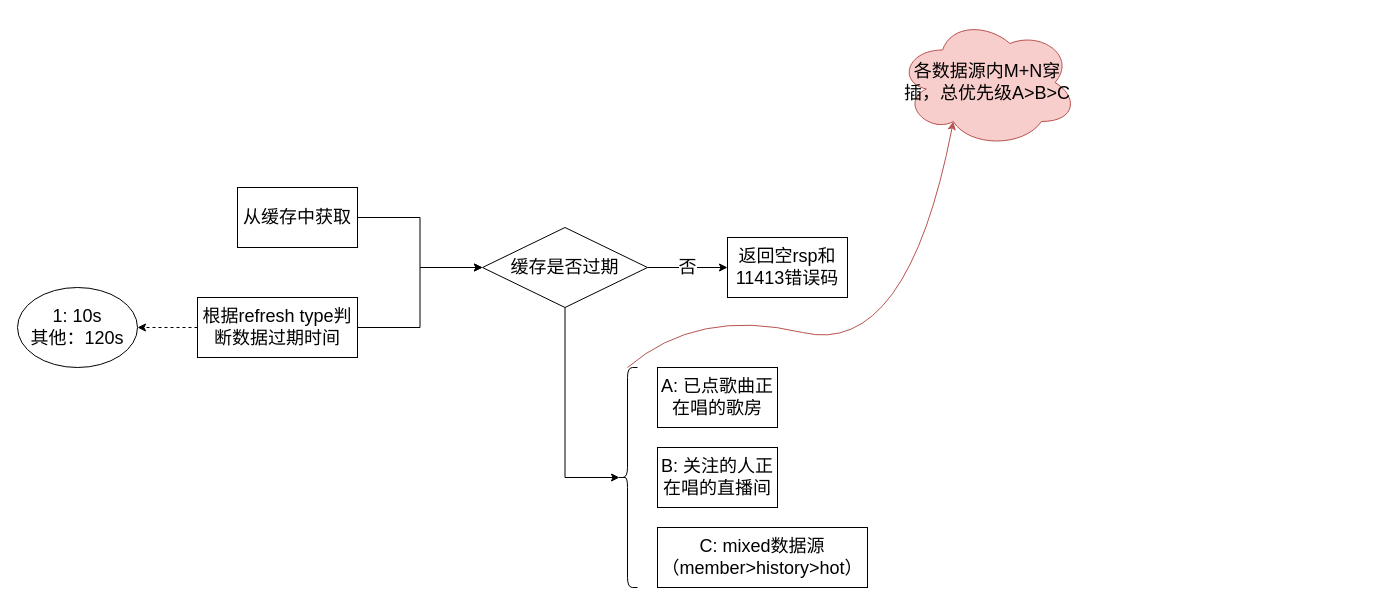
Earlier version of the draw.io diagram drawio/rec card.drawio (zora1997/zora). Source tidied: cells renumbered, new cells numbered last; positions are measured from the earlier drawing's top-left corner, leaving out a move shared by most shapes. Both pictures are drawn from the tidied source at 100%, with x=0, y=0 at pixel (17, 17).
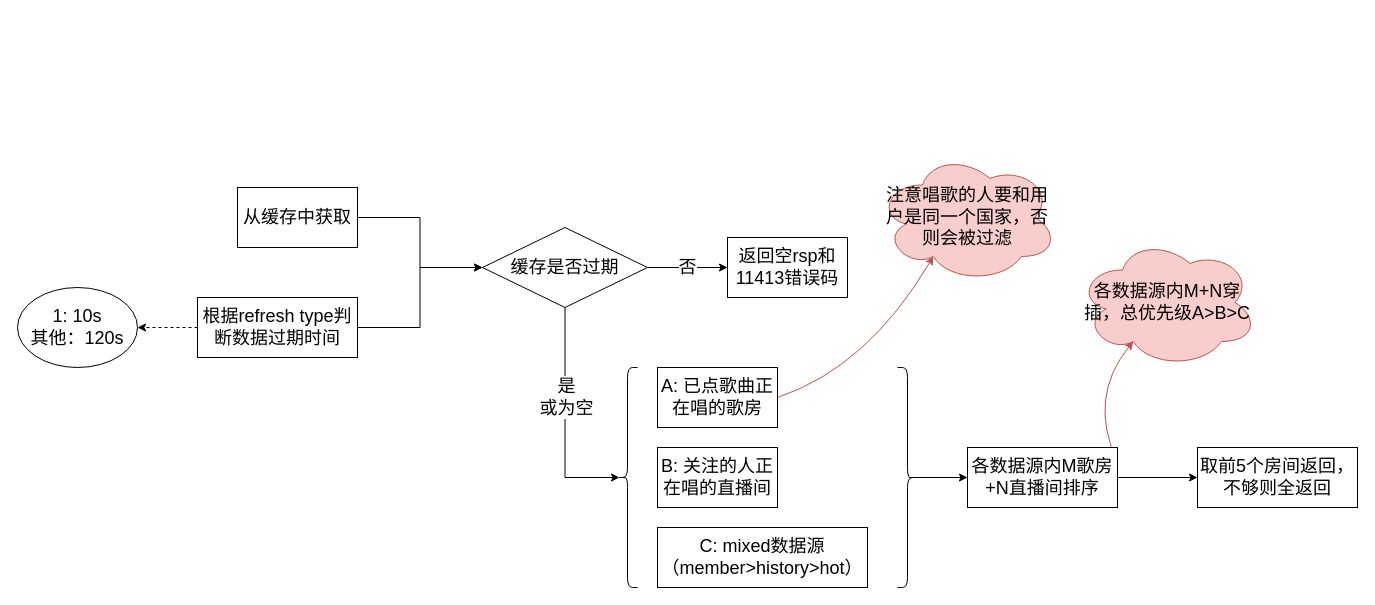
The same page after the edit.

The change refers to these unchanged cells:
```xml
<mxCell id="8" style="edgeStyle=orthogonalEdgeStyle;rounded=0;jettySize=auto;html=1;exitX=0.5;exitY=1;exitDx=0;exitDy=0;entryX=0.1;entryY=0.5;entryDx=0;entryDy=0;entryPerimeter=0;fontSize=18;" parent="1" edge="1" source="9" target="12">
  <mxGeometry relative="1" as="geometry">
    <Array as="points">
      <mxPoint x="548" y="460" />
    </Array>
  </mxGeometry>
</mxCell>
<mxCell id="12" style="shape=curlyBracket;whiteSpace=wrap;html=1;rounded=1;labelPosition=left;verticalLabelPosition=middle;align=right;verticalAlign=middle;fontSize=18;" parent="1" vertex="1">
  <mxGeometry x="600" y="350" width="20" height="220" as="geometry" />
</mxCell>
<mxCell id="13" value="&lt;span style=&quot;font-size: 18px;&quot;&gt;A: 已点歌曲正在唱的歌房&lt;/span&gt;" style="rounded=0;whiteSpace=wrap;html=1;" parent="1" vertex="1">
  <mxGeometry x="640" y="350" width="120" height="60" as="geometry" />
</mxCell>
```

Diff of the diagram source:
```diff
@@
+    <mxCell id="18" value="是&lt;br&gt;或为空" style="edgeLabel;html=1;align=center;verticalAlign=middle;fontSize=18;" parent="8" vertex="1">
+      <mxGeometry x="-0.21" y="1" relative="1" as="geometry" />
+    </mxCell>
@@
     <mxCell id="16" value="各数据源内M+N穿插，总优先级A&amp;gt;B&amp;gt;C" style="ellipse;shape=cloud;whiteSpace=wrap;html=1;fontSize=18;fillColor=#f8cecc;strokeColor=#b85450;" parent="1" vertex="1">
-      <mxGeometry x="880" width="180" height="130" as="geometry" />
+      <mxGeometry x="1060" y="220" width="180" height="130" as="geometry" />
     </mxCell>
-    <mxCell id="17" style="curved=1;endArrow=classic;html=1;rounded=0;fontSize=18;exitX=0.5;exitY=0;exitDx=0;exitDy=0;entryX=0.31;entryY=0.8;entryDx=0;entryDy=0;entryPerimeter=0;fillColor=#f8cecc;strokeColor=#b85450;" parent="1" edge="1" source="12" target="16">
+    <mxCell id="17" style="curved=1;endArrow=classic;html=1;rounded=0;fontSize=18;exitX=1;exitY=0.25;exitDx=0;exitDy=0;entryX=0.31;entryY=0.8;entryDx=0;entryDy=0;entryPerimeter=0;fillColor=#f8cecc;strokeColor=#b85450;" parent="1" edge="1" source="20" target="16">
       <mxGeometry relative="1" as="geometry">
         <Array as="points">
-          <mxPoint x="680" y="290" />
-          <mxPoint x="890" y="340" />
+          <mxPoint x="1070" y="380" />
         </Array>
       </mxGeometry>
     </mxCell>
+    <mxCell id="19" style="edgeStyle=orthogonalEdgeStyle;rounded=0;jettySize=auto;html=1;fontSize=18;" parent="1" edge="1" source="20" target="23">
+      <mxGeometry relative="1" as="geometry" />
+    </mxCell>
+    <mxCell id="20" value="&lt;span style=&quot;font-size: 18px;&quot;&gt;各数据源内M歌房+N直播间排序&lt;/span&gt;" style="rounded=0;whiteSpace=wrap;html=1;" parent="1" vertex="1">
+      <mxGeometry x="950" y="430" width="150" height="60" as="geometry" />
+    </mxCell>
+    <mxCell id="21" style="edgeStyle=orthogonalEdgeStyle;rounded=0;jettySize=auto;html=1;exitX=0.1;exitY=0.5;exitDx=0;exitDy=0;exitPerimeter=0;fontSize=18;" parent="1" edge="1" source="22" target="20">
+      <mxGeometry relative="1" as="geometry" />
+    </mxCell>
+    <mxCell id="22" style="shape=curlyBracket;whiteSpace=wrap;html=1;rounded=1;labelPosition=left;verticalLabelPosition=middle;align=right;verticalAlign=middle;fontSize=18;rotation=-180;" parent="1" vertex="1">
+      <mxGeometry x="880" y="350" width="20" height="220" as="geometry" />
+    </mxCell>
+    <mxCell id="23" value="&lt;span style=&quot;font-size: 18px;&quot;&gt;取前5个房间返回，不够则全返回&lt;/span&gt;" style="rounded=0;whiteSpace=wrap;html=1;" parent="1" vertex="1">
+      <mxGeometry x="1180" y="430" width="160" height="60" as="geometry" />
+    </mxCell>
+    <mxCell id="24" style="curved=1;endArrow=classic;html=1;rounded=0;fontSize=18;exitX=1;exitY=0.5;exitDx=0;exitDy=0;entryX=0.31;entryY=0.8;entryDx=0;entryDy=0;entryPerimeter=0;fillColor=#f8cecc;strokeColor=#b85450;" parent="1" edge="1" source="13" target="25">
+      <mxGeometry relative="1" as="geometry">
+        <Array as="points">
+          <mxPoint x="850" y="350" />
+        </Array>
+      </mxGeometry>
+    </mxCell>
+    <mxCell id="25" value="注意唱歌的人要和用户是同一个国家，否则会被过滤" style="ellipse;shape=cloud;whiteSpace=wrap;html=1;fontSize=18;fillColor=#f8cecc;strokeColor=#b85450;" parent="1" vertex="1">
+      <mxGeometry x="860" y="135" width="180" height="130" as="geometry" />
+    </mxCell>
```
